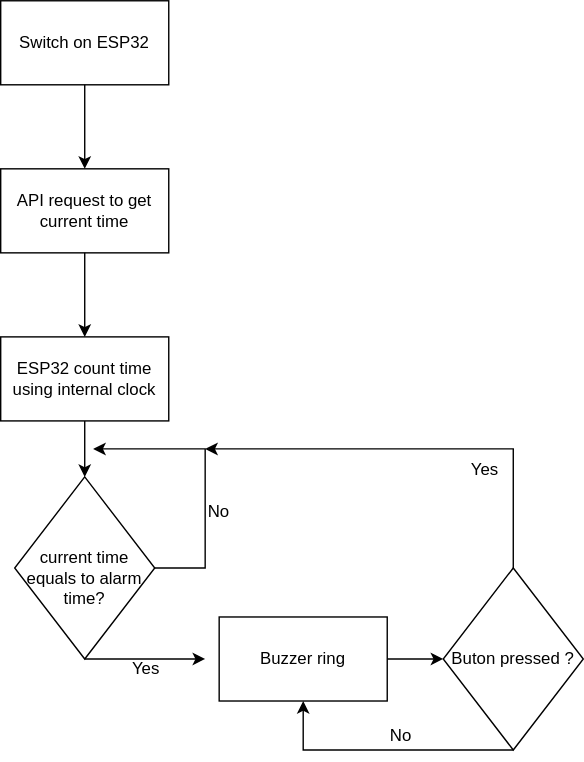
The draw.io diagram Pictures/flowchart_digital_clock.drawio.svg in matthieubron/project-bpa-de2, before a commit. Source tidied: cells renumbered, new cells last; positions are measured from the earlier drawing's top-left corner, leaving out a move shared by most shapes. Source of this version:
```xml
<mxGraphModel>
  <root>
    <mxCell id="0" />
    <mxCell id="1" parent="0" />
    <mxCell id="2" value="Switch on ESP32" style="rounded=0;whiteSpace=wrap;html=1;" parent="1" vertex="1">
      <mxGeometry width="120" height="60" as="geometry" />
    </mxCell>
    <mxCell id="3" value="API request to get current time" style="rounded=0;whiteSpace=wrap;html=1;" parent="1" vertex="1">
      <mxGeometry y="120" width="120" height="60" as="geometry" />
    </mxCell>
    <mxCell id="4" style="endArrow=classic;html=1;rounded=0;exitX=0.5;exitY=1;exitDx=0;exitDy=0;entryX=0.5;entryY=0;entryDx=0;entryDy=0;" parent="1" edge="1" source="2" target="3">
      <mxGeometry relative="1" as="geometry" />
    </mxCell>
    <mxCell id="5" value="ESP32 count time using internal clock" style="rounded=0;whiteSpace=wrap;html=1;" parent="1" vertex="1">
      <mxGeometry y="240" width="120" height="60" as="geometry" />
    </mxCell>
    <mxCell id="6" style="endArrow=classic;html=1;rounded=0;exitX=0.5;exitY=1;exitDx=0;exitDy=0;entryX=0.5;entryY=0;entryDx=0;entryDy=0;" parent="1" edge="1" source="3" target="5">
      <mxGeometry relative="1" as="geometry" />
    </mxCell>
    <mxCell id="7" value="&lt;br&gt;current time equals to alarm time?" style="rhombus;whiteSpace=wrap;html=1;" parent="1" vertex="1">
      <mxGeometry x="10" y="340" width="100" height="130" as="geometry" />
    </mxCell>
    <mxCell id="8" style="endArrow=classic;html=1;rounded=0;exitX=0.5;exitY=1;exitDx=0;exitDy=0;entryX=0.5;entryY=0;entryDx=0;entryDy=0;" parent="1" edge="1" source="5" target="7">
      <mxGeometry relative="1" as="geometry" />
    </mxCell>
    <mxCell id="9" style="endArrow=classic;html=1;rounded=0;exitX=1;exitY=0.5;exitDx=0;exitDy=0;" parent="1" edge="1" source="7">
      <mxGeometry relative="1" as="geometry">
        <mxPoint x="66" y="320" as="targetPoint" />
        <Array as="points">
          <mxPoint x="146" y="405" />
          <mxPoint x="146" y="320" />
        </Array>
      </mxGeometry>
    </mxCell>
    <mxCell id="10" value="Buzzer ring" style="rounded=0;whiteSpace=wrap;html=1;" parent="1" vertex="1">
      <mxGeometry x="156" y="440" width="120" height="60" as="geometry" />
    </mxCell>
    <mxCell id="11" value="Buton pressed ?" style="rhombus;whiteSpace=wrap;html=1;" parent="1" vertex="1">
      <mxGeometry x="316" y="405" width="100" height="130" as="geometry" />
    </mxCell>
    <mxCell id="12" style="endArrow=classic;html=1;rounded=0;exitX=0.5;exitY=1;exitDx=0;exitDy=0;" parent="1" edge="1" source="7">
      <mxGeometry relative="1" as="geometry">
        <mxPoint x="146" y="470" as="targetPoint" />
      </mxGeometry>
    </mxCell>
    <mxCell id="13" style="endArrow=classic;html=1;rounded=0;exitX=1;exitY=0.5;exitDx=0;exitDy=0;entryX=0;entryY=0.5;entryDx=0;entryDy=0;" parent="1" edge="1" source="10" target="11">
      <mxGeometry relative="1" as="geometry" />
    </mxCell>
    <mxCell id="14" style="endArrow=classic;html=1;rounded=0;exitX=0.5;exitY=1;exitDx=0;exitDy=0;entryX=0.5;entryY=1;entryDx=0;entryDy=0;" parent="1" edge="1" source="11" target="10">
      <mxGeometry relative="1" as="geometry">
        <Array as="points">
          <mxPoint x="216" y="535" />
        </Array>
      </mxGeometry>
    </mxCell>
    <mxCell id="15" value="&lt;div&gt;Yes&lt;/div&gt;" style="text;html=1;align=center;verticalAlign=middle;whiteSpace=wrap;rounded=0;" parent="1" vertex="1">
      <mxGeometry x="74" y="462" width="60" height="30" as="geometry" />
    </mxCell>
    <mxCell id="16" value="No" style="text;html=1;align=center;verticalAlign=middle;whiteSpace=wrap;rounded=0;" parent="1" vertex="1">
      <mxGeometry x="256" y="510" width="60" height="30" as="geometry" />
    </mxCell>
    <mxCell id="17" style="endArrow=classic;html=1;rounded=0;exitX=0.5;exitY=0;exitDx=0;exitDy=0;" parent="1" edge="1" source="11">
      <mxGeometry relative="1" as="geometry">
        <mxPoint x="146" y="320" as="targetPoint" />
        <Array as="points">
          <mxPoint x="366" y="320" />
        </Array>
      </mxGeometry>
    </mxCell>
    <mxCell id="18" value="&lt;div&gt;Yes&lt;/div&gt;" style="text;html=1;align=center;verticalAlign=middle;whiteSpace=wrap;rounded=0;" parent="1" vertex="1">
      <mxGeometry x="316" y="320" width="60" height="30" as="geometry" />
    </mxCell>
    <mxCell id="19" value="No" style="text;html=1;align=center;verticalAlign=middle;whiteSpace=wrap;rounded=0;" parent="1" vertex="1">
      <mxGeometry x="126" y="350" width="60" height="30" as="geometry" />
    </mxCell>
  </root>
</mxGraphModel>
```
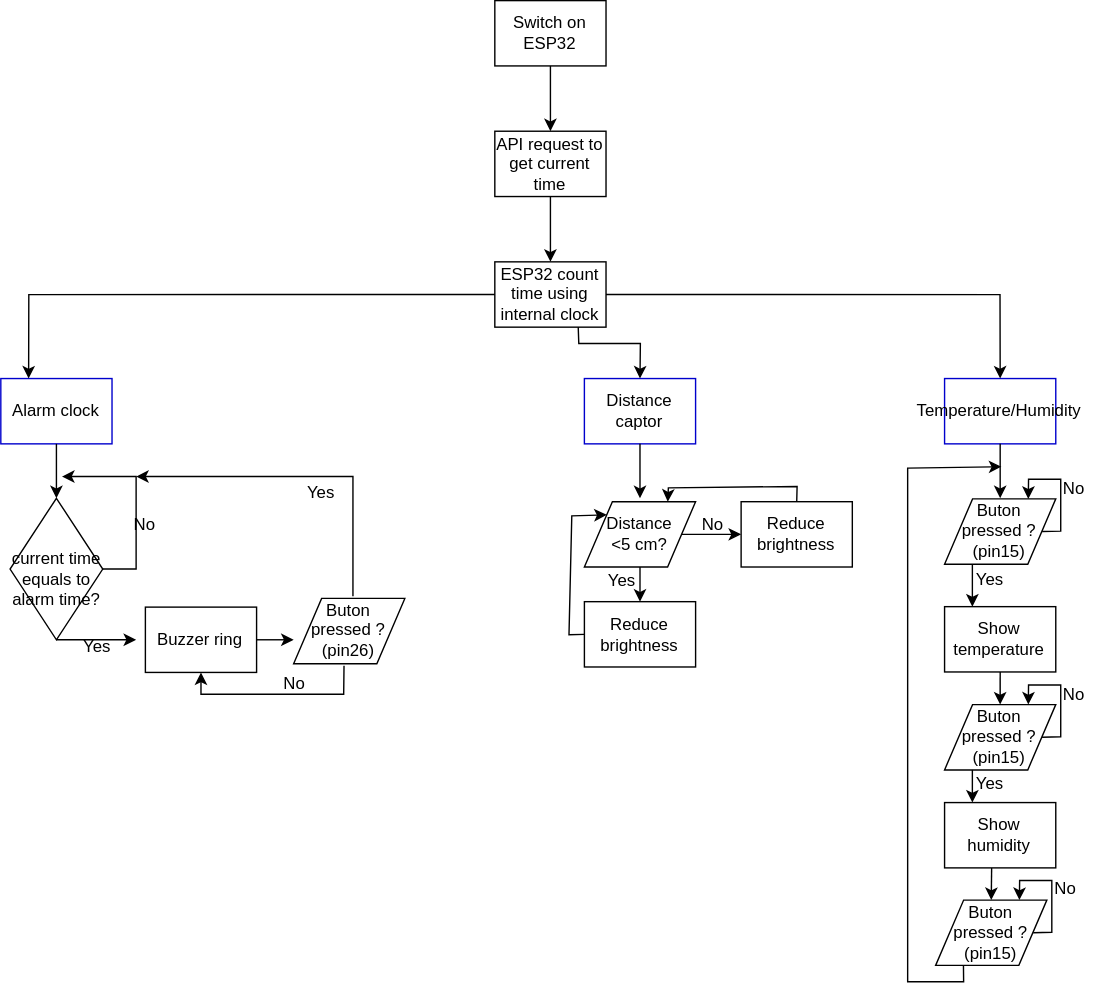
After the change.

Commit message:
Updating README.md, flowchart and gpio schematic

The edit, as a diff of the source:
```diff
@@ -3,75 +3,244 @@
     <mxCell id="0" />
     <mxCell id="1" parent="0" />
     <mxCell id="2" value="Switch on ESP32" style="rounded=0;whiteSpace=wrap;html=1;" parent="1" vertex="1">
-      <mxGeometry width="120" height="60" as="geometry" />
+      <mxGeometry x="20" y="-53.1" width="79.5" height="46.7" as="geometry" />
     </mxCell>
     <mxCell id="3" value="API request to get current time" style="rounded=0;whiteSpace=wrap;html=1;" parent="1" vertex="1">
-      <mxGeometry y="120" width="120" height="60" as="geometry" />
+      <mxGeometry x="20" y="40.3" width="79.5" height="46.7" as="geometry" />
     </mxCell>
     <mxCell id="4" style="endArrow=classic;html=1;rounded=0;exitX=0.5;exitY=1;exitDx=0;exitDy=0;entryX=0.5;entryY=0;entryDx=0;entryDy=0;" parent="1" edge="1" source="2" target="3">
       <mxGeometry relative="1" as="geometry" />
     </mxCell>
     <mxCell id="5" value="ESP32 count time using internal clock" style="rounded=0;whiteSpace=wrap;html=1;" parent="1" vertex="1">
-      <mxGeometry y="240" width="120" height="60" as="geometry" />
+      <mxGeometry x="20" y="133.6" width="79.5" height="46.7" as="geometry" />
     </mxCell>
     <mxCell id="6" style="endArrow=classic;html=1;rounded=0;exitX=0.5;exitY=1;exitDx=0;exitDy=0;entryX=0.5;entryY=0;entryDx=0;entryDy=0;" parent="1" edge="1" source="3" target="5">
       <mxGeometry relative="1" as="geometry" />
     </mxCell>
+    <mxCell id="20" value="Reduce brightness" style="rounded=0;whiteSpace=wrap;html=1;" parent="1" vertex="1">
+      <mxGeometry x="84" y="376.4" width="79.5" height="46.7" as="geometry" />
+    </mxCell>
+    <mxCell id="21" value="&lt;div&gt;Yes&lt;/div&gt;" style="text;html=1;align=center;verticalAlign=middle;whiteSpace=wrap;rounded=0;" parent="1" vertex="1">
+      <mxGeometry x="91" y="350.8" width="39.7" height="23.3" as="geometry" />
+    </mxCell>
+    <mxCell id="22" value="No" style="text;html=1;align=center;verticalAlign=middle;whiteSpace=wrap;rounded=0;" parent="1" vertex="1">
+      <mxGeometry x="156.3" y="310.3" width="39.7" height="23.3" as="geometry" />
+    </mxCell>
+    <mxCell id="23" value="Distance captor" style="rounded=0;whiteSpace=wrap;html=1;strokeColor=#0000CC;" parent="1" vertex="1">
+      <mxGeometry x="84" y="217" width="79.5" height="46.7" as="geometry" />
+    </mxCell>
+    <mxCell id="24" style="endArrow=classic;html=1;rounded=0;exitX=0.5;exitY=1;exitDx=0;exitDy=0;entryX=0.5;entryY=0;entryDx=0;entryDy=0;" parent="1" edge="1" source="23">
+      <mxGeometry relative="1" as="geometry">
+        <mxPoint x="123.7" y="302.6" as="targetPoint" />
+      </mxGeometry>
+    </mxCell>
+    <mxCell id="25" value="&lt;div&gt;Distance&lt;/div&gt;&lt;div&gt;&amp;lt;5 cm?&lt;br&gt;&lt;/div&gt;" style="shape=parallelogram;perimeter=parallelogramPerimeter;whiteSpace=wrap;html=1;fixedSize=1;" parent="1" vertex="1">
+      <mxGeometry x="84" y="305" width="79.5" height="46.7" as="geometry" />
+    </mxCell>
     <mxCell id="7" value="&lt;br&gt;current time equals to alarm time?" style="rhombus;whiteSpace=wrap;html=1;" parent="1" vertex="1">
-      <mxGeometry x="10" y="340" width="100" height="130" as="geometry" />
+      <mxGeometry x="-326.4" y="302.6" width="66.2" height="101.1" as="geometry" />
     </mxCell>
-    <mxCell id="8" style="endArrow=classic;html=1;rounded=0;exitX=0.5;exitY=1;exitDx=0;exitDy=0;entryX=0.5;entryY=0;entryDx=0;entryDy=0;" parent="1" edge="1" source="5" target="7">
-      <mxGeometry relative="1" as="geometry" />
-    </mxCell>
     <mxCell id="9" style="endArrow=classic;html=1;rounded=0;exitX=1;exitY=0.5;exitDx=0;exitDy=0;" parent="1" edge="1" source="7">
       <mxGeometry relative="1" as="geometry">
-        <mxPoint x="66" y="320" as="targetPoint" />
+        <mxPoint x="-289.3" y="287" as="targetPoint" />
         <Array as="points">
-          <mxPoint x="146" y="405" />
-          <mxPoint x="146" y="320" />
+          <mxPoint x="-236.3" y="353.1" />
+          <mxPoint x="-236.3" y="287" />
         </Array>
       </mxGeometry>
     </mxCell>
     <mxCell id="10" value="Buzzer ring" style="rounded=0;whiteSpace=wrap;html=1;" parent="1" vertex="1">
-      <mxGeometry x="156" y="440" width="120" height="60" as="geometry" />
+      <mxGeometry x="-229.7" y="380.3" width="79.5" height="46.7" as="geometry" />
     </mxCell>
-    <mxCell id="11" value="Buton pressed ?" style="rhombus;whiteSpace=wrap;html=1;" parent="1" vertex="1">
-      <mxGeometry x="316" y="405" width="100" height="130" as="geometry" />
-    </mxCell>
     <mxCell id="12" style="endArrow=classic;html=1;rounded=0;exitX=0.5;exitY=1;exitDx=0;exitDy=0;" parent="1" edge="1" source="7">
       <mxGeometry relative="1" as="geometry">
-        <mxPoint x="146" y="470" as="targetPoint" />
+        <mxPoint x="-236.3" y="403.7" as="targetPoint" />
       </mxGeometry>
     </mxCell>
-    <mxCell id="13" style="endArrow=classic;html=1;rounded=0;exitX=1;exitY=0.5;exitDx=0;exitDy=0;entryX=0;entryY=0.5;entryDx=0;entryDy=0;" parent="1" edge="1" source="10" target="11">
-      <mxGeometry relative="1" as="geometry" />
+    <mxCell id="13" style="endArrow=classic;html=1;rounded=0;exitX=1;exitY=0.5;exitDx=0;exitDy=0;entryX=0;entryY=0.5;entryDx=0;entryDy=0;" parent="1" edge="1" source="10">
+      <mxGeometry relative="1" as="geometry">
+        <mxPoint x="-123.8" y="403.7" as="targetPoint" />
+      </mxGeometry>
     </mxCell>
-    <mxCell id="14" style="endArrow=classic;html=1;rounded=0;exitX=0.5;exitY=1;exitDx=0;exitDy=0;entryX=0.5;entryY=1;entryDx=0;entryDy=0;" parent="1" edge="1" source="11" target="10">
+    <mxCell id="14" style="endArrow=classic;html=1;rounded=0;exitX=0.453;exitY=1.031;exitDx=0;exitDy=0;entryX=0.5;entryY=1;entryDx=0;entryDy=0;exitPerimeter=0;" parent="1" edge="1" source="28" target="10">
       <mxGeometry relative="1" as="geometry">
         <Array as="points">
-          <mxPoint x="216" y="535" />
+          <mxPoint x="-88" y="442.6" />
+          <mxPoint x="-190" y="442.6" />
         </Array>
       </mxGeometry>
     </mxCell>
     <mxCell id="15" value="&lt;div&gt;Yes&lt;/div&gt;" style="text;html=1;align=center;verticalAlign=middle;whiteSpace=wrap;rounded=0;" parent="1" vertex="1">
-      <mxGeometry x="74" y="462" width="60" height="30" as="geometry" />
+      <mxGeometry x="-284" y="397.4" width="39.7" height="23.3" as="geometry" />
     </mxCell>
-    <mxCell id="16" value="No" style="text;html=1;align=center;verticalAlign=middle;whiteSpace=wrap;rounded=0;" parent="1" vertex="1">
-      <mxGeometry x="256" y="510" width="60" height="30" as="geometry" />
-    </mxCell>
-    <mxCell id="17" style="endArrow=classic;html=1;rounded=0;exitX=0.5;exitY=0;exitDx=0;exitDy=0;" parent="1" edge="1" source="11">
+    <mxCell id="17" style="endArrow=classic;html=1;rounded=0;" parent="1" edge="1">
       <mxGeometry relative="1" as="geometry">
-        <mxPoint x="146" y="320" as="targetPoint" />
+        <mxPoint x="-81.4" y="372.6" as="sourcePoint" />
+        <mxPoint x="-236.3" y="287" as="targetPoint" />
         <Array as="points">
-          <mxPoint x="366" y="320" />
+          <mxPoint x="-81.4" y="287" />
         </Array>
       </mxGeometry>
     </mxCell>
     <mxCell id="18" value="&lt;div&gt;Yes&lt;/div&gt;" style="text;html=1;align=center;verticalAlign=middle;whiteSpace=wrap;rounded=0;" parent="1" vertex="1">
-      <mxGeometry x="316" y="320" width="60" height="30" as="geometry" />
+      <mxGeometry x="-123.8" y="287" width="39.7" height="23.3" as="geometry" />
     </mxCell>
     <mxCell id="19" value="No" style="text;html=1;align=center;verticalAlign=middle;whiteSpace=wrap;rounded=0;" parent="1" vertex="1">
-      <mxGeometry x="126" y="350" width="60" height="30" as="geometry" />
+      <mxGeometry x="-249.6" y="310.3" width="39.7" height="23.3" as="geometry" />
     </mxCell>
+    <mxCell id="26" value="Alarm clock" style="rounded=0;whiteSpace=wrap;html=1;strokeColor=#0000CC;" parent="1" vertex="1">
+      <mxGeometry x="-333" y="217" width="79.5" height="46.7" as="geometry" />
+    </mxCell>
+    <mxCell id="27" style="endArrow=classic;html=1;rounded=0;exitX=0.5;exitY=1;exitDx=0;exitDy=0;entryX=0.5;entryY=0;entryDx=0;entryDy=0;" parent="1" edge="1" source="26" target="7">
+      <mxGeometry relative="1" as="geometry" />
+    </mxCell>
+    <mxCell id="28" value="&lt;div&gt;Buton pressed ?&lt;/div&gt;&lt;div&gt;(pin26)&lt;br&gt;&lt;/div&gt;" style="shape=parallelogram;perimeter=parallelogramPerimeter;whiteSpace=wrap;html=1;fixedSize=1;" parent="1" vertex="1">
+      <mxGeometry x="-123.8" y="374.1" width="79.5" height="46.7" as="geometry" />
+    </mxCell>
+    <mxCell id="16" value="No" style="text;html=1;align=center;verticalAlign=middle;whiteSpace=wrap;rounded=0;" parent="1" vertex="1">
+      <mxGeometry x="-143" y="423.1" width="39.7" height="23.3" as="geometry" />
+    </mxCell>
+    <mxCell id="29" style="endArrow=classic;html=1;rounded=0;exitX=0.5;exitY=1;exitDx=0;exitDy=0;entryX=0.5;entryY=0;entryDx=0;entryDy=0;" parent="1" edge="1" source="25" target="20">
+      <mxGeometry relative="1" as="geometry" />
+    </mxCell>
+    <mxCell id="30" value="Reduce brightness" style="rounded=0;whiteSpace=wrap;html=1;" parent="1" vertex="1">
+      <mxGeometry x="196" y="305" width="79.5" height="46.7" as="geometry" />
+    </mxCell>
+    <mxCell id="31" style="endArrow=classic;html=1;rounded=0;exitX=1;exitY=0.5;exitDx=0;exitDy=0;entryX=0;entryY=0.5;entryDx=0;entryDy=0;" parent="1" edge="1" source="25" target="30">
+      <mxGeometry relative="1" as="geometry" />
+    </mxCell>
+    <mxCell id="32" style="endArrow=classic;html=1;rounded=0;exitX=0.5;exitY=0;exitDx=0;exitDy=0;entryX=0.75;entryY=0;entryDx=0;entryDy=0;" parent="1" edge="1" source="30" target="25">
+      <mxGeometry relative="1" as="geometry">
+        <Array as="points">
+          <mxPoint x="236" y="294.1" />
+          <mxPoint x="144" y="295.1" />
+        </Array>
+      </mxGeometry>
+    </mxCell>
+    <mxCell id="33" style="endArrow=classic;html=1;rounded=0;exitX=0;exitY=0.5;exitDx=0;exitDy=0;entryX=0;entryY=0;entryDx=0;entryDy=0;" parent="1" edge="1" source="20" target="25">
+      <mxGeometry relative="1" as="geometry">
+        <Array as="points">
+          <mxPoint x="73" y="400.1" />
+          <mxPoint x="75" y="315.1" />
+        </Array>
+      </mxGeometry>
+    </mxCell>
+    <mxCell id="34" style="endArrow=classic;html=1;rounded=0;exitX=0.25;exitY=1;exitDx=0;exitDy=0;entryX=0.25;entryY=0;entryDx=0;entryDy=0;" parent="1" edge="1" source="39" target="40">
+      <mxGeometry relative="1" as="geometry" />
+    </mxCell>
+    <mxCell id="35" value="&lt;div&gt;Yes&lt;/div&gt;" style="text;html=1;align=center;verticalAlign=middle;whiteSpace=wrap;rounded=0;" parent="1" vertex="1">
+      <mxGeometry x="354.4" y="349.7" width="39.7" height="23.3" as="geometry" />
+    </mxCell>
+    <mxCell id="36" value="No" style="text;html=1;align=center;verticalAlign=middle;whiteSpace=wrap;rounded=0;" parent="1" vertex="1">
+      <mxGeometry x="414.4" y="284" width="39.7" height="23.3" as="geometry" />
+    </mxCell>
+    <mxCell id="37" value="Temperature/Humidity" style="rounded=0;whiteSpace=wrap;html=1;strokeColor=#0000CC;" parent="1" vertex="1">
+      <mxGeometry x="341.4" y="217" width="79.5" height="46.7" as="geometry" />
+    </mxCell>
+    <mxCell id="38" style="endArrow=classic;html=1;rounded=0;exitX=0.5;exitY=1;exitDx=0;exitDy=0;entryX=0.5;entryY=0;entryDx=0;entryDy=0;" parent="1" edge="1" source="37">
+      <mxGeometry relative="1" as="geometry">
+        <mxPoint x="381.1" y="302.6" as="targetPoint" />
+      </mxGeometry>
+    </mxCell>
+    <mxCell id="39" value="&lt;div&gt;Buton pressed ?&lt;/div&gt;&lt;div&gt;(pin15)&lt;br&gt;&lt;/div&gt;" style="shape=parallelogram;perimeter=parallelogramPerimeter;whiteSpace=wrap;html=1;fixedSize=1;" parent="1" vertex="1">
+      <mxGeometry x="341.4" y="303" width="79.5" height="46.7" as="geometry" />
+    </mxCell>
+    <mxCell id="40" value="Show temperature" style="rounded=0;whiteSpace=wrap;html=1;" parent="1" vertex="1">
+      <mxGeometry x="341.4" y="380" width="79.5" height="46.7" as="geometry" />
+    </mxCell>
+    <mxCell id="41" style="endArrow=classic;html=1;rounded=0;exitX=1;exitY=0.5;exitDx=0;exitDy=0;entryX=0.75;entryY=0;entryDx=0;entryDy=0;" parent="1" edge="1">
+      <mxGeometry relative="1" as="geometry">
+        <mxPoint x="411.1" y="326.3" as="sourcePoint" />
+        <mxPoint x="401.2" y="303" as="targetPoint" />
+        <Array as="points">
+          <mxPoint x="424.4" y="326" />
+          <mxPoint x="424.4" y="289" />
+          <mxPoint x="401.4" y="289" />
+        </Array>
+      </mxGeometry>
+    </mxCell>
+    <mxCell id="42" value="&lt;div&gt;Buton pressed ?&lt;/div&gt;&lt;div&gt;(pin15)&lt;br&gt;&lt;/div&gt;" style="shape=parallelogram;perimeter=parallelogramPerimeter;whiteSpace=wrap;html=1;fixedSize=1;" parent="1" vertex="1">
+      <mxGeometry x="341.4" y="450" width="79.5" height="46.7" as="geometry" />
+    </mxCell>
+    <mxCell id="43" style="endArrow=classic;html=1;rounded=0;exitX=0.5;exitY=1;exitDx=0;exitDy=0;entryX=0.5;entryY=0;entryDx=0;entryDy=0;" parent="1" edge="1" source="40" target="42">
+      <mxGeometry relative="1" as="geometry" />
+    </mxCell>
+    <mxCell id="44" value="Show humidity" style="rounded=0;whiteSpace=wrap;html=1;" parent="1" vertex="1">
+      <mxGeometry x="341.4" y="520" width="79.5" height="46.7" as="geometry" />
+    </mxCell>
+    <mxCell id="45" style="endArrow=classic;html=1;rounded=0;exitX=0.25;exitY=1;exitDx=0;exitDy=0;entryX=0.25;entryY=0;entryDx=0;entryDy=0;" parent="1" edge="1" source="42" target="44">
+      <mxGeometry relative="1" as="geometry" />
+    </mxCell>
+    <mxCell id="46" value="&lt;div&gt;Yes&lt;/div&gt;" style="text;html=1;align=center;verticalAlign=middle;whiteSpace=wrap;rounded=0;" parent="1" vertex="1">
+      <mxGeometry x="354.4" y="495" width="39.7" height="23.3" as="geometry" />
+    </mxCell>
+    <mxCell id="47" value="No" style="text;html=1;align=center;verticalAlign=middle;whiteSpace=wrap;rounded=0;" parent="1" vertex="1">
+      <mxGeometry x="414.4" y="431" width="39.7" height="23.3" as="geometry" />
+    </mxCell>
+    <mxCell id="48" style="endArrow=classic;html=1;rounded=0;exitX=1;exitY=0.5;exitDx=0;exitDy=0;entryX=0.75;entryY=0;entryDx=0;entryDy=0;" parent="1" edge="1">
+      <mxGeometry relative="1" as="geometry">
+        <mxPoint x="411.1" y="473.3" as="sourcePoint" />
+        <mxPoint x="401.2" y="450" as="targetPoint" />
+        <Array as="points">
+          <mxPoint x="424.4" y="473" />
+          <mxPoint x="424.4" y="436" />
+          <mxPoint x="401.4" y="436" />
+        </Array>
+      </mxGeometry>
+    </mxCell>
+    <mxCell id="49" value="&lt;div&gt;Buton pressed ?&lt;/div&gt;&lt;div&gt;(pin15)&lt;br&gt;&lt;/div&gt;" style="shape=parallelogram;perimeter=parallelogramPerimeter;whiteSpace=wrap;html=1;fixedSize=1;" parent="1" vertex="1">
+      <mxGeometry x="335" y="589.7" width="79.5" height="46.7" as="geometry" />
+    </mxCell>
+    <mxCell id="50" style="endArrow=classic;html=1;rounded=0;exitX=0.5;exitY=1;exitDx=0;exitDy=0;entryX=0.5;entryY=0;entryDx=0;entryDy=0;" parent="1" edge="1" target="49">
+      <mxGeometry relative="1" as="geometry">
+        <mxPoint x="375" y="566.7" as="sourcePoint" />
+      </mxGeometry>
+    </mxCell>
+    <mxCell id="51" value="No" style="text;html=1;align=center;verticalAlign=middle;whiteSpace=wrap;rounded=0;" parent="1" vertex="1">
+      <mxGeometry x="408" y="570.7" width="39.7" height="23.3" as="geometry" />
+    </mxCell>
+    <mxCell id="52" style="endArrow=classic;html=1;rounded=0;exitX=1;exitY=0.5;exitDx=0;exitDy=0;entryX=0.75;entryY=0;entryDx=0;entryDy=0;" parent="1" edge="1">
+      <mxGeometry relative="1" as="geometry">
+        <mxPoint x="404.7" y="613" as="sourcePoint" />
+        <mxPoint x="394.8" y="589.7" as="targetPoint" />
+        <Array as="points">
+          <mxPoint x="418" y="612.7" />
+          <mxPoint x="418" y="575.7" />
+          <mxPoint x="395" y="575.7" />
+        </Array>
+      </mxGeometry>
+    </mxCell>
+    <mxCell id="53" style="endArrow=classic;html=1;rounded=0;exitX=0.25;exitY=1;exitDx=0;exitDy=0;" parent="1" edge="1" source="49">
+      <mxGeometry relative="1" as="geometry">
+        <mxPoint x="382" y="280" as="targetPoint" />
+        <Array as="points">
+          <mxPoint x="355" y="648" />
+          <mxPoint x="315" y="648" />
+          <mxPoint x="315" y="281" />
+        </Array>
+      </mxGeometry>
+    </mxCell>
+    <mxCell id="54" style="endArrow=classic;html=1;rounded=0;exitX=0;exitY=0.5;exitDx=0;exitDy=0;entryX=0.25;entryY=0;entryDx=0;entryDy=0;" parent="1" edge="1" source="5" target="26">
+      <mxGeometry relative="1" as="geometry">
+        <Array as="points">
+          <mxPoint x="-313" y="157" />
+        </Array>
+      </mxGeometry>
+    </mxCell>
+    <mxCell id="55" style="endArrow=classic;html=1;rounded=0;exitX=1;exitY=0.5;exitDx=0;exitDy=0;entryX=0.5;entryY=0;entryDx=0;entryDy=0;" parent="1" edge="1" source="5" target="37">
+      <mxGeometry relative="1" as="geometry">
+        <Array as="points">
+          <mxPoint x="381" y="157" />
+        </Array>
+      </mxGeometry>
+    </mxCell>
+    <mxCell id="56" style="endArrow=classic;html=1;rounded=0;exitX=0.75;exitY=1;exitDx=0;exitDy=0;entryX=0.5;entryY=0;entryDx=0;entryDy=0;" parent="1" edge="1" source="5" target="23">
+      <mxGeometry relative="1" as="geometry">
+        <Array as="points">
+          <mxPoint x="80" y="192" />
+          <mxPoint x="124" y="192" />
+        </Array>
+      </mxGeometry>
+    </mxCell>
   </root>
 </mxGraphModel>
```
